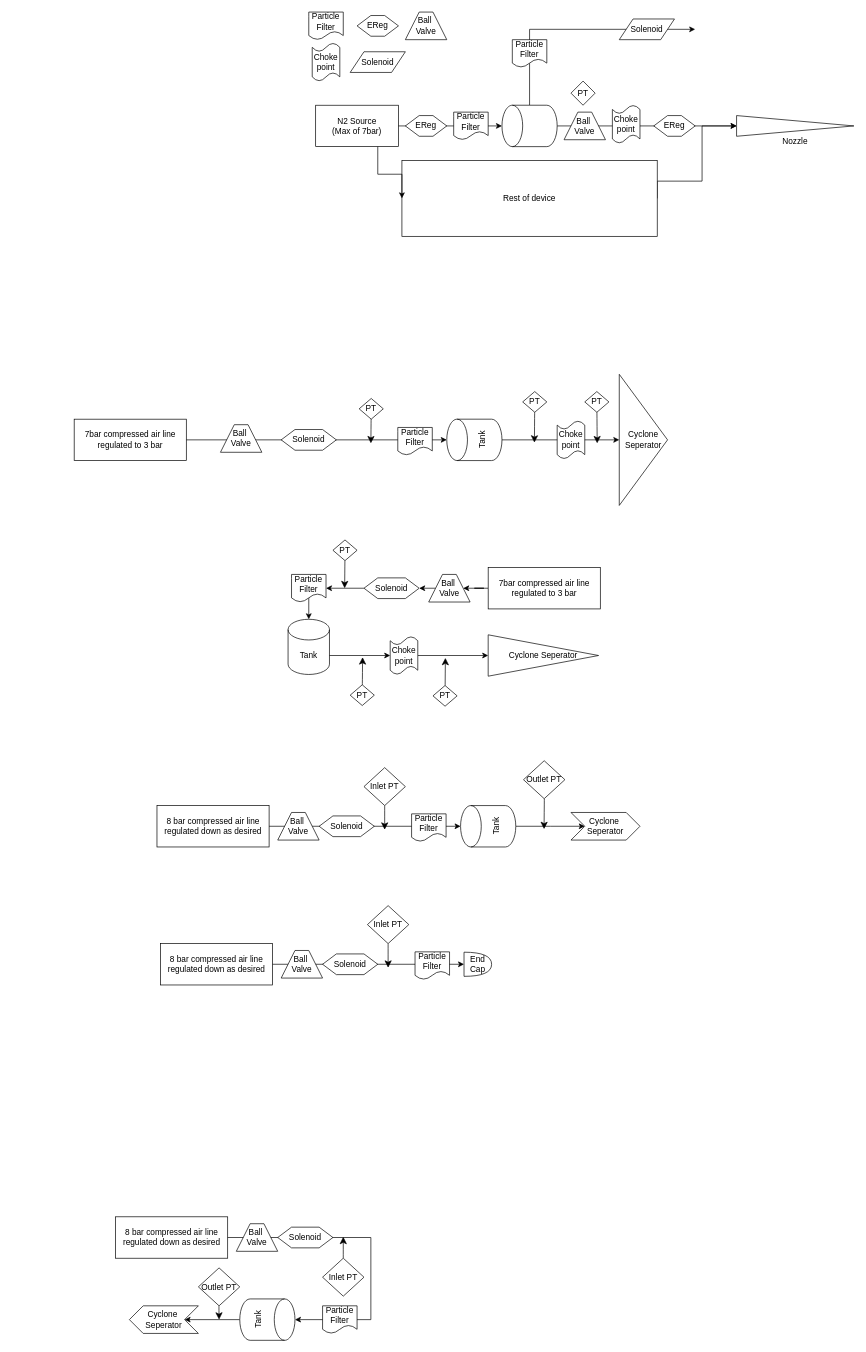
Before: Research_Files/February/FYP_test.drawio in JakCrane/FYP, a draw.io diagram. Source tidied: cells renumbered, new cells numbered last; positions are measured from the earlier drawing's top-left corner, leaving out a move shared by most shapes. Both pictures are drawn from the tidied source at 69%, with x=0, y=0 at pixel (74, 12).
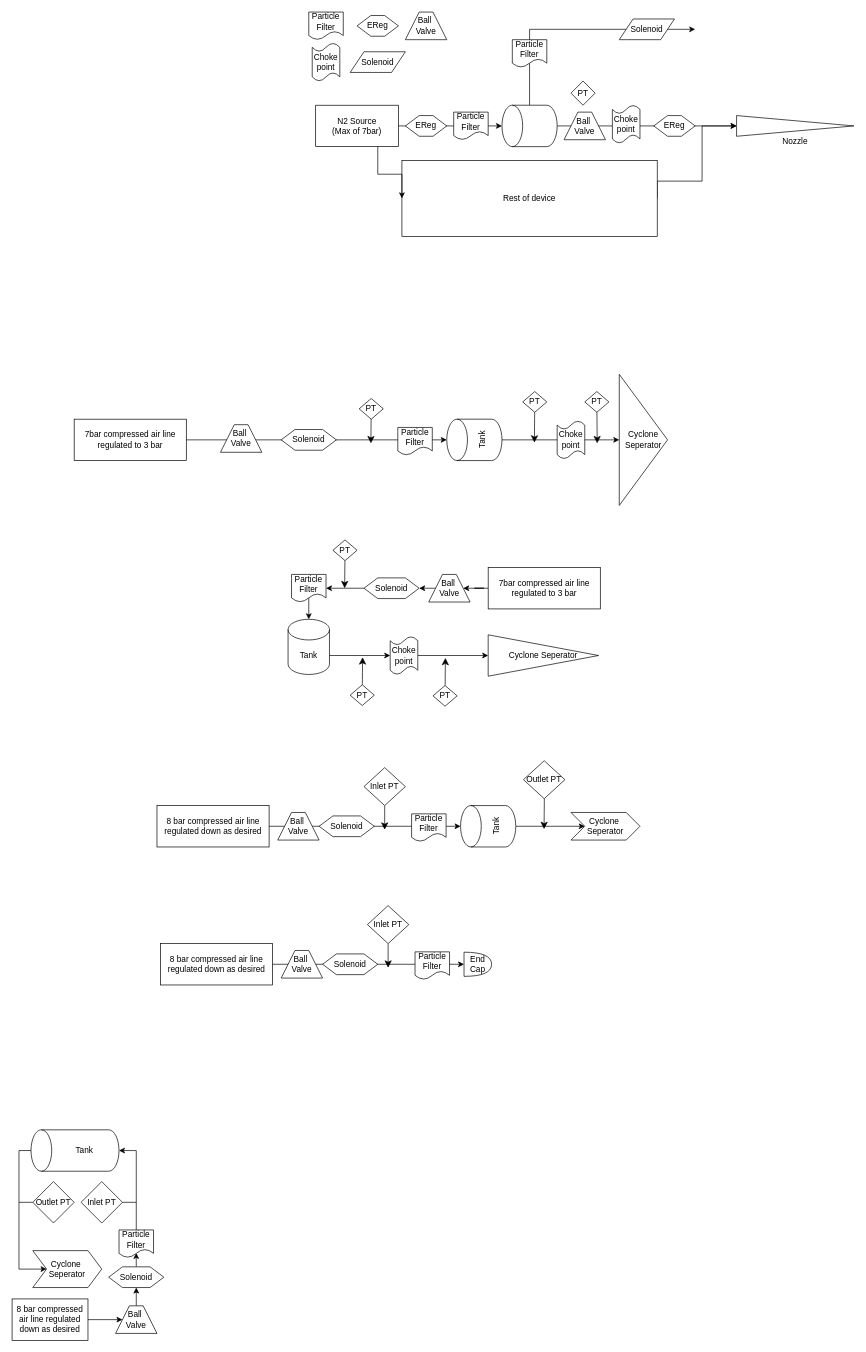
After the change.

Diff of the diagram source:
```diff
@@
-    <mxCell id="78" style="edgeStyle=orthogonalEdgeStyle;rounded=0;jettySize=auto;html=1;exitX=0.5;exitY=1;exitDx=0;exitDy=0;exitPerimeter=0;entryX=0;entryY=0.5;entryDx=0;entryDy=0;" parent="1" edge="1" source="79" target="89">
-      <mxGeometry relative="1" as="geometry" />
+    <mxCell id="78" style="edgeStyle=orthogonalEdgeStyle;rounded=0;jettySize=auto;html=1;exitX=0.5;exitY=0;exitDx=0;exitDy=0;exitPerimeter=0;entryX=0;entryY=0.5;entryDx=0;entryDy=0;" parent="1" edge="1" source="79" target="89">
+      <mxGeometry relative="1" as="geometry">
+        <Array as="points">
+          <mxPoint x="-80" y="1650" />
+          <mxPoint x="-80" y="1822" />
+        </Array>
+      </mxGeometry>
     </mxCell>
-    <mxCell id="79" value="Tank" style="shape=cylinder3;whiteSpace=wrap;html=1;boundedLbl=1;backgroundOutline=1;size=15;rotation=-90;direction=west;" parent="1" vertex="1">
-      <mxGeometry x="250" y="1855" width="60" height="80" as="geometry" />
+    <mxCell id="79" style="shape=cylinder3;whiteSpace=wrap;html=1;boundedLbl=1;backgroundOutline=1;size=15;rotation=-90;direction=east;" parent="1" vertex="1">
+      <mxGeometry x="-28.8" y="1586.2" width="60" height="127.5" as="geometry" />
     </mxCell>
+    <mxCell id="90" style="edgeStyle=orthogonalEdgeStyle;rounded=0;jettySize=auto;html=1;exitX=1;exitY=0.5;exitDx=0;exitDy=0;entryX=0;entryY=0.5;entryDx=0;entryDy=0;" parent="1" edge="1" source="80" target="82">
+      <mxGeometry relative="1" as="geometry" />
+    </mxCell>
-    <mxCell id="80" value="8 bar compressed air line regulated down as desired" style="rounded=0;whiteSpace=wrap;html=1;" parent="1" vertex="1">
-      <mxGeometry x="60" y="1746" width="162.5" height="60" as="geometry" />
+    <mxCell id="80" value="8 bar compressed air line regulated down as desired" style="rounded=0;whiteSpace=wrap;html=1;direction=east;" parent="1" vertex="1">
+      <mxGeometry x="-90" y="1865" width="110" height="60" as="geometry" />
     </mxCell>
-    <mxCell id="81" style="edgeStyle=orthogonalEdgeStyle;rounded=0;jettySize=auto;html=1;exitX=1;exitY=0.5;exitDx=0;exitDy=0;entryX=0.5;entryY=0;entryDx=0;entryDy=0;entryPerimeter=0;" parent="1" edge="1" source="80" target="79">
-      <mxGeometry relative="1" as="geometry">
-        <Array as="points">
-          <mxPoint x="430" y="1776" />
-          <mxPoint x="430" y="1895" />
-        </Array>
-      </mxGeometry>
-    </mxCell>
+    <mxCell id="91" style="edgeStyle=orthogonalEdgeStyle;rounded=0;jettySize=auto;html=1;exitX=0.5;exitY=0;exitDx=0;exitDy=0;entryX=0.5;entryY=1;entryDx=0;entryDy=0;" parent="1" edge="1" source="82" target="87">
+      <mxGeometry relative="1" as="geometry" />
+    </mxCell>
-    <mxCell id="82" value="Ball&amp;nbsp;&lt;div&gt;Valve&lt;/div&gt;" style="shape=trapezoid;perimeter=trapezoidPerimeter;whiteSpace=wrap;html=1;fixedSize=1;" parent="1" vertex="1">
-      <mxGeometry x="235" y="1756" width="60" height="40" as="geometry" />
+    <mxCell id="82" value="Ball&amp;nbsp;&lt;div&gt;Valve&lt;/div&gt;" style="shape=trapezoid;perimeter=trapezoidPerimeter;whiteSpace=wrap;html=1;fixedSize=1;direction=east;" parent="1" vertex="1">
+      <mxGeometry x="60" y="1875" width="60" height="40" as="geometry" />
     </mxCell>
-    <mxCell id="83" style="edgeStyle=none;curved=1;rounded=0;orthogonalLoop=1;jettySize=auto;html=1;fontSize=12;startSize=8;endSize=8;" parent="1" edge="1">
-      <mxGeometry relative="1" as="geometry">
-        <mxPoint x="209.8" y="1875" as="sourcePoint" />
-        <mxPoint x="210" y="1895" as="targetPoint" />
-      </mxGeometry>
-    </mxCell>
-    <mxCell id="84" style="edgeStyle=none;curved=1;rounded=0;jettySize=auto;html=1;fontSize=12;startSize=8;endSize=8;" parent="1" edge="1" source="85">
-      <mxGeometry relative="1" as="geometry">
-        <mxPoint x="390" y="1775" as="targetPoint" />
-      </mxGeometry>
-    </mxCell>
-    <mxCell id="85" value="Inlet PT" style="rhombus;whiteSpace=wrap;html=1;" parent="1" vertex="1">
-      <mxGeometry x="360" y="1806" width="60" height="55" as="geometry" />
+    <mxCell id="85" value="Inlet PT" style="rhombus;whiteSpace=wrap;html=1;direction=east;" parent="1" vertex="1">
+      <mxGeometry x="10" y="1695" width="60" height="60" as="geometry" />
     </mxCell>
-    <mxCell id="86" value="Particle Filter" style="shape=document;whiteSpace=wrap;html=1;boundedLbl=1;" parent="1" vertex="1">
-      <mxGeometry x="360" y="1875" width="50" height="40" as="geometry" />
-    </mxCell>
+    <mxCell id="92" style="edgeStyle=orthogonalEdgeStyle;rounded=0;jettySize=auto;html=1;exitX=0.5;exitY=0;exitDx=0;exitDy=0;entryX=0.498;entryY=0.835;entryDx=0;entryDy=0;entryPerimeter=0;" parent="1" edge="1" source="87" target="86">
+      <mxGeometry relative="1" as="geometry" />
+    </mxCell>
-    <mxCell id="87" value="Solenoid" style="shape=hexagon;perimeter=hexagonPerimeter2;whiteSpace=wrap;html=1;fixedSize=1;" parent="1" vertex="1">
-      <mxGeometry x="295" y="1761" width="80" height="30" as="geometry" />
+    <mxCell id="87" value="Solenoid" style="shape=hexagon;perimeter=hexagonPerimeter2;whiteSpace=wrap;html=1;fixedSize=1;direction=east;" parent="1" vertex="1">
+      <mxGeometry x="50" y="1818.5" width="80" height="30" as="geometry" />
     </mxCell>
-    <mxCell id="88" value="Outlet PT" style="rhombus;whiteSpace=wrap;html=1;" parent="1" vertex="1">
-      <mxGeometry x="180" y="1820" width="60" height="55" as="geometry" />
+    <mxCell id="88" value="Outlet PT" style="rhombus;whiteSpace=wrap;html=1;direction=east;" parent="1" vertex="1">
+      <mxGeometry x="-60" y="1695" width="60" height="60" as="geometry" />
     </mxCell>
-    <mxCell id="89" value="Cyclone&amp;nbsp;&lt;div&gt;Seperator&lt;/div&gt;" style="shape=step;perimeter=stepPerimeter;whiteSpace=wrap;html=1;fixedSize=1;direction=west;" parent="1" vertex="1">
-      <mxGeometry x="80" y="1875" width="100" height="40" as="geometry" />
+    <mxCell id="89" value="Cyclone&amp;nbsp;&lt;div&gt;Seperator&lt;/div&gt;" style="shape=step;perimeter=stepPerimeter;whiteSpace=wrap;html=1;fixedSize=1;direction=east;" parent="1" vertex="1">
+      <mxGeometry x="-60" y="1795" width="100" height="53.5" as="geometry" />
     </mxCell>
+    <mxCell id="86" value="Particle Filter" style="shape=document;whiteSpace=wrap;html=1;boundedLbl=1;direction=east;" parent="1" vertex="1">
+      <mxGeometry x="65" y="1765" width="50" height="40" as="geometry" />
+    </mxCell>
+    <mxCell id="93" value="Tank" style="rounded=0;whiteSpace=wrap;html=1;strokeColor=none;" parent="1" vertex="1">
+      <mxGeometry x="-10" y="1627.5" width="50" height="45" as="geometry" />
+    </mxCell>
+    <mxCell id="94" style="edgeStyle=orthogonalEdgeStyle;rounded=0;jettySize=auto;html=1;exitX=0.5;exitY=0;exitDx=0;exitDy=0;entryX=0.5;entryY=1;entryDx=0;entryDy=0;entryPerimeter=0;" parent="1" edge="1" source="86" target="79">
+      <mxGeometry relative="1" as="geometry" />
+    </mxCell>
+    <mxCell id="95" style="endArrow=none;html=1;rounded=0;exitX=1;exitY=0.5;exitDx=0;exitDy=0;" parent="1" edge="1" source="85">
+      <mxGeometry relative="1" as="geometry">
+        <mxPoint x="90" y="1725" as="targetPoint" />
+      </mxGeometry>
+    </mxCell>
+    <mxCell id="96" style="endArrow=none;html=1;rounded=0;" parent="1" edge="1">
+      <mxGeometry relative="1" as="geometry">
+        <mxPoint x="-80" y="1725" as="sourcePoint" />
+        <mxPoint x="-60" y="1725" as="targetPoint" />
+      </mxGeometry>
+    </mxCell>
```
